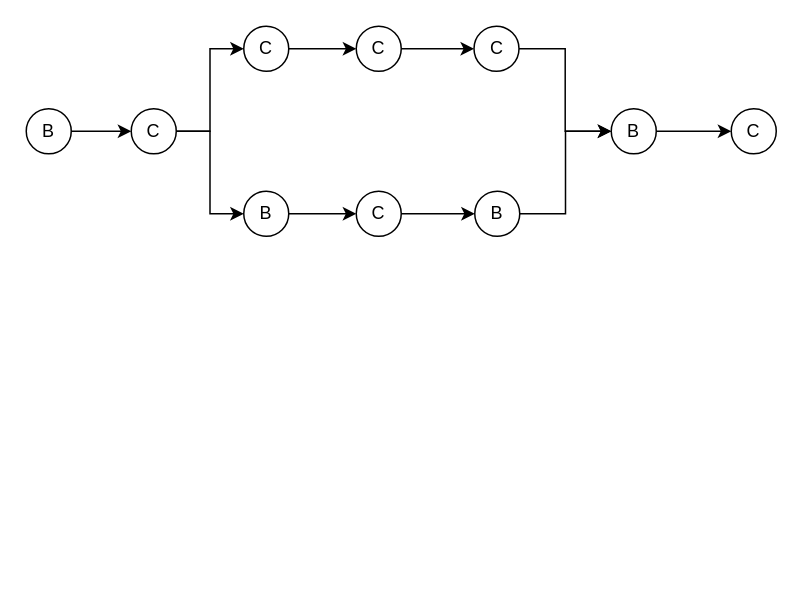
Above: 1.drawio in wojiushiwo1/test (draw.io), before the change. Source tidied: cells renumbered, new cells numbered last; positions are measured from the earlier drawing's top-left corner, leaving out a move shared by most shapes. Both pictures are drawn from the tidied source at 150%, with x=0, y=0 at pixel (26, 26).
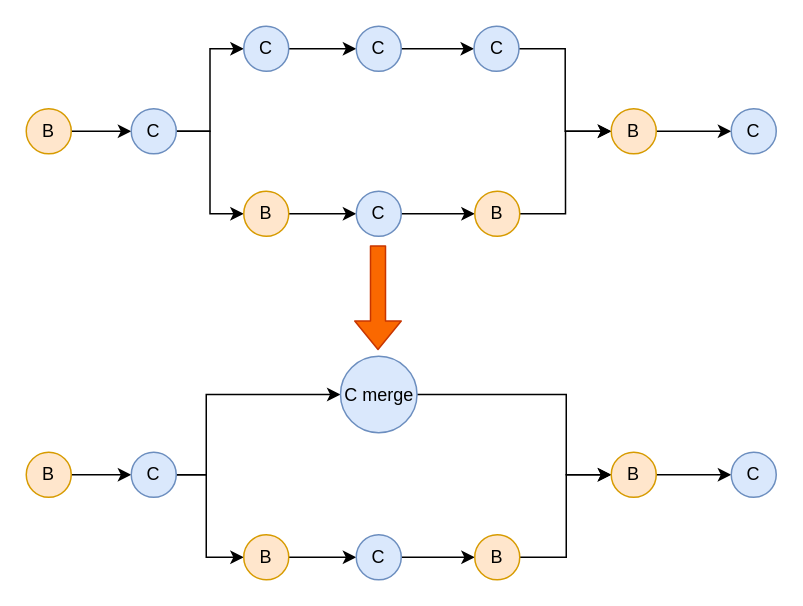
The same page after the edit.

Change to the diagram source:
```diff
@@
-    <mxCell id="3" value="B" style="ellipse;whiteSpace=wrap;html=1;" parent="1" vertex="1">
+    <mxCell id="3" value="B" style="ellipse;whiteSpace=wrap;html=1;fillColor=#ffe6cc;strokeColor=#d79b00;" parent="1" vertex="1">
       <mxGeometry y="55" width="30" height="30" as="geometry" />
     </mxCell>
@@
-    <mxCell id="6" value="C" style="ellipse;whiteSpace=wrap;html=1;" parent="1" vertex="1">
+    <mxCell id="6" value="C" style="ellipse;whiteSpace=wrap;html=1;fillColor=#dae8fc;strokeColor=#6c8ebf;" parent="1" vertex="1">
       <mxGeometry x="70" y="55" width="30" height="30" as="geometry" />
     </mxCell>
@@
-    <mxCell id="8" value="C" style="ellipse;whiteSpace=wrap;html=1;" parent="1" vertex="1">
+    <mxCell id="8" value="C" style="ellipse;whiteSpace=wrap;html=1;fillColor=#dae8fc;strokeColor=#6c8ebf;" parent="1" vertex="1">
       <mxGeometry x="145" width="30" height="30" as="geometry" />
     </mxCell>
@@
-    <mxCell id="10" value="C" style="ellipse;whiteSpace=wrap;html=1;" parent="1" vertex="1">
+    <mxCell id="10" value="C" style="ellipse;whiteSpace=wrap;html=1;fillColor=#dae8fc;strokeColor=#6c8ebf;" parent="1" vertex="1">
       <mxGeometry x="220" width="30" height="30" as="geometry" />
     </mxCell>
@@
-    <mxCell id="12" value="B" style="ellipse;whiteSpace=wrap;html=1;" parent="1" vertex="1">
+    <mxCell id="12" value="B" style="ellipse;whiteSpace=wrap;html=1;fillColor=#ffe6cc;strokeColor=#d79b00;" parent="1" vertex="1">
       <mxGeometry x="145" y="110" width="30" height="30" as="geometry" />
     </mxCell>
@@
-    <mxCell id="14" value="C" style="ellipse;whiteSpace=wrap;html=1;" parent="1" vertex="1">
+    <mxCell id="14" value="C" style="ellipse;whiteSpace=wrap;html=1;fillColor=#dae8fc;strokeColor=#6c8ebf;" parent="1" vertex="1">
       <mxGeometry x="220" y="110" width="30" height="30" as="geometry" />
     </mxCell>
@@
-    <mxCell id="16" value="C" style="ellipse;whiteSpace=wrap;html=1;" parent="1" vertex="1">
+    <mxCell id="16" value="C" style="ellipse;whiteSpace=wrap;html=1;fillColor=#dae8fc;strokeColor=#6c8ebf;" parent="1" vertex="1">
       <mxGeometry x="298.5" width="30" height="30" as="geometry" />
     </mxCell>
@@
-    <mxCell id="18" value="B" style="ellipse;whiteSpace=wrap;html=1;" parent="1" vertex="1">
+    <mxCell id="18" value="B" style="ellipse;whiteSpace=wrap;html=1;fillColor=#ffe6cc;strokeColor=#d79b00;" parent="1" vertex="1">
       <mxGeometry x="299" y="110" width="30" height="30" as="geometry" />
     </mxCell>
@@
-    <mxCell id="20" value="B" style="ellipse;whiteSpace=wrap;html=1;" parent="1" vertex="1">
+    <mxCell id="20" value="B" style="ellipse;whiteSpace=wrap;html=1;fillColor=#ffe6cc;strokeColor=#d79b00;" parent="1" vertex="1">
       <mxGeometry x="390" y="55" width="30" height="30" as="geometry" />
     </mxCell>
-    <mxCell id="21" value="C" style="ellipse;whiteSpace=wrap;html=1;" parent="1" vertex="1">
+    <mxCell id="21" value="C" style="ellipse;whiteSpace=wrap;html=1;fillColor=#dae8fc;strokeColor=#6c8ebf;" parent="1" vertex="1">
       <mxGeometry x="470" y="55" width="30" height="30" as="geometry" />
     </mxCell>
+    <mxCell id="22" style="edgeStyle=orthogonalEdgeStyle;rounded=0;jettySize=auto;html=1;exitX=1;exitY=0.5;exitDx=0;exitDy=0;entryX=0;entryY=0.5;entryDx=0;entryDy=0;" parent="1" edge="1" source="23" target="26">
+      <mxGeometry relative="1" as="geometry" />
+    </mxCell>
+    <mxCell id="23" value="B" style="ellipse;whiteSpace=wrap;html=1;fillColor=#ffe6cc;strokeColor=#d79b00;" parent="1" vertex="1">
+      <mxGeometry y="284" width="30" height="30" as="geometry" />
+    </mxCell>
+    <mxCell id="24" style="edgeStyle=orthogonalEdgeStyle;rounded=0;jettySize=auto;html=1;entryX=0;entryY=0.5;entryDx=0;entryDy=0;" parent="1" edge="1" source="26" target="30">
+      <mxGeometry relative="1" as="geometry">
+        <Array as="points">
+          <mxPoint x="120" y="299" />
+          <mxPoint x="120" y="354" />
+        </Array>
+      </mxGeometry>
+    </mxCell>
+    <mxCell id="25" style="edgeStyle=orthogonalEdgeStyle;rounded=0;jettySize=auto;html=1;exitX=1;exitY=0.5;exitDx=0;exitDy=0;entryX=0;entryY=0.5;entryDx=0;entryDy=0;" parent="1" edge="1" source="26" target="28">
+      <mxGeometry relative="1" as="geometry">
+        <Array as="points">
+          <mxPoint x="120" y="299" />
+          <mxPoint x="120" y="245" />
+        </Array>
+      </mxGeometry>
+    </mxCell>
+    <mxCell id="26" value="C" style="ellipse;whiteSpace=wrap;html=1;fillColor=#dae8fc;strokeColor=#6c8ebf;" parent="1" vertex="1">
+      <mxGeometry x="70" y="284" width="30" height="30" as="geometry" />
+    </mxCell>
+    <mxCell id="27" style="edgeStyle=orthogonalEdgeStyle;rounded=0;jettySize=auto;html=1;exitX=1;exitY=0.5;exitDx=0;exitDy=0;entryX=0;entryY=0.5;entryDx=0;entryDy=0;" parent="1" edge="1" source="28" target="36">
+      <mxGeometry relative="1" as="geometry">
+        <Array as="points">
+          <mxPoint x="360" y="245" />
+          <mxPoint x="360" y="299" />
+        </Array>
+      </mxGeometry>
+    </mxCell>
+    <mxCell id="28" value="C merge" style="ellipse;whiteSpace=wrap;html=1;fillColor=#dae8fc;strokeColor=#6c8ebf;" parent="1" vertex="1">
+      <mxGeometry x="209.5" y="220" width="51" height="51" as="geometry" />
+    </mxCell>
+    <mxCell id="29" style="edgeStyle=orthogonalEdgeStyle;rounded=0;jettySize=auto;html=1;exitX=1;exitY=0.5;exitDx=0;exitDy=0;entryX=0;entryY=0.5;entryDx=0;entryDy=0;" parent="1" edge="1" source="30" target="32">
+      <mxGeometry relative="1" as="geometry" />
+    </mxCell>
+    <mxCell id="30" value="B" style="ellipse;whiteSpace=wrap;html=1;fillColor=#ffe6cc;strokeColor=#d79b00;" parent="1" vertex="1">
+      <mxGeometry x="145" y="339" width="30" height="30" as="geometry" />
+    </mxCell>
+    <mxCell id="31" style="edgeStyle=orthogonalEdgeStyle;rounded=0;jettySize=auto;html=1;exitX=1;exitY=0.5;exitDx=0;exitDy=0;entryX=0;entryY=0.5;entryDx=0;entryDy=0;" parent="1" edge="1" source="32" target="34">
+      <mxGeometry relative="1" as="geometry" />
+    </mxCell>
+    <mxCell id="32" value="C" style="ellipse;whiteSpace=wrap;html=1;fillColor=#dae8fc;strokeColor=#6c8ebf;" parent="1" vertex="1">
+      <mxGeometry x="220" y="339" width="30" height="30" as="geometry" />
+    </mxCell>
+    <mxCell id="33" style="edgeStyle=orthogonalEdgeStyle;rounded=0;jettySize=auto;html=1;exitX=1;exitY=0.5;exitDx=0;exitDy=0;entryX=0;entryY=0.5;entryDx=0;entryDy=0;" parent="1" edge="1" source="34" target="36">
+      <mxGeometry relative="1" as="geometry">
+        <Array as="points">
+          <mxPoint x="360" y="354" />
+          <mxPoint x="360" y="299" />
+        </Array>
+      </mxGeometry>
+    </mxCell>
+    <mxCell id="34" value="B" style="ellipse;whiteSpace=wrap;html=1;fillColor=#ffe6cc;strokeColor=#d79b00;" parent="1" vertex="1">
+      <mxGeometry x="299" y="339" width="30" height="30" as="geometry" />
+    </mxCell>
+    <mxCell id="35" style="edgeStyle=orthogonalEdgeStyle;rounded=0;jettySize=auto;html=1;exitX=1;exitY=0.5;exitDx=0;exitDy=0;entryX=0;entryY=0.5;entryDx=0;entryDy=0;" parent="1" edge="1" source="36" target="37">
+      <mxGeometry relative="1" as="geometry" />
+    </mxCell>
+    <mxCell id="36" value="B" style="ellipse;whiteSpace=wrap;html=1;fillColor=#ffe6cc;strokeColor=#d79b00;" parent="1" vertex="1">
+      <mxGeometry x="390" y="284" width="30" height="30" as="geometry" />
+    </mxCell>
+    <mxCell id="37" value="C" style="ellipse;whiteSpace=wrap;html=1;fillColor=#dae8fc;strokeColor=#6c8ebf;" parent="1" vertex="1">
+      <mxGeometry x="470" y="284" width="30" height="30" as="geometry" />
+    </mxCell>
+    <mxCell id="38" style="shape=flexArrow;endArrow=classic;html=1;fillColor=#fa6800;strokeColor=#C73500;" parent="1" edge="1">
+      <mxGeometry relative="1" as="geometry">
+        <mxPoint x="234.5" y="146" as="sourcePoint" />
+        <mxPoint x="234.5" y="216" as="targetPoint" />
+      </mxGeometry>
+    </mxCell>
```
